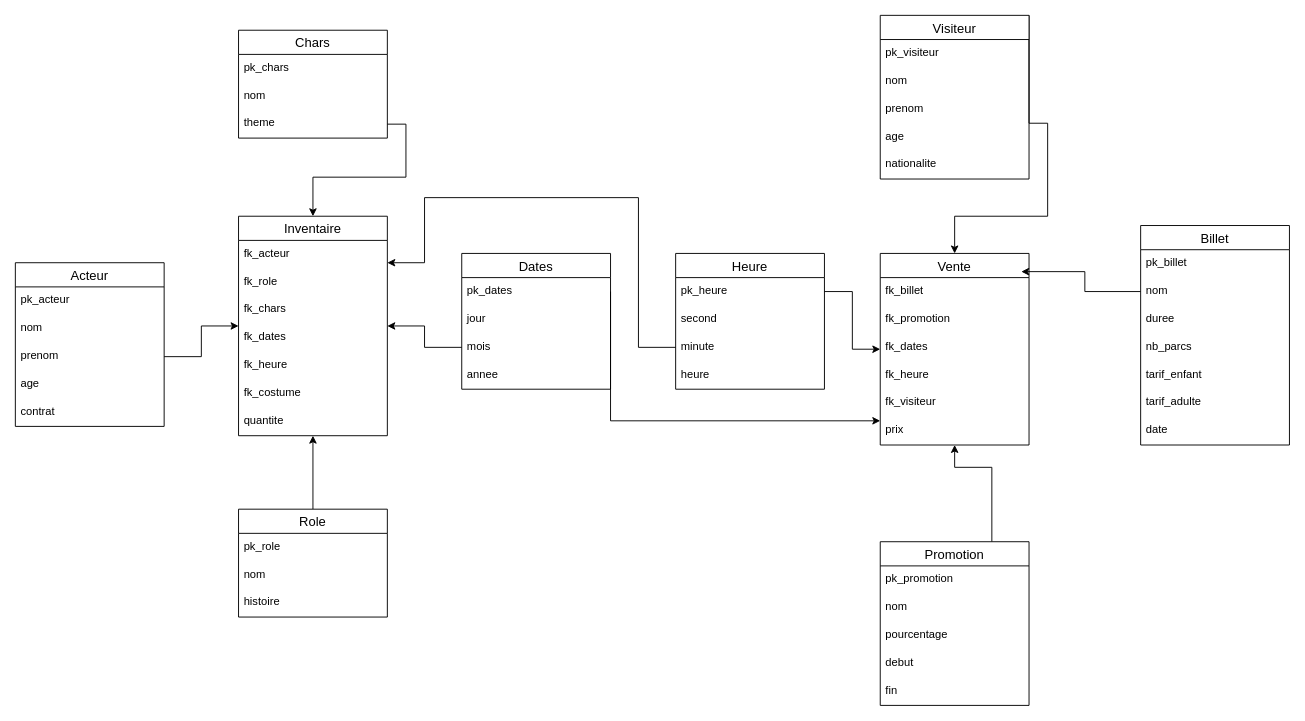
This is Disney.drawio from lamouchiambre/mini-projet-BDD, a draw.io file, before an edit. Source tidied: cells renumbered, new cells numbered last; positions are measured from the earlier drawing's top-left corner, leaving out a move shared by most shapes. Both pictures are drawn from the tidied source at 93%, with x=0, y=0 at pixel (15, 15).
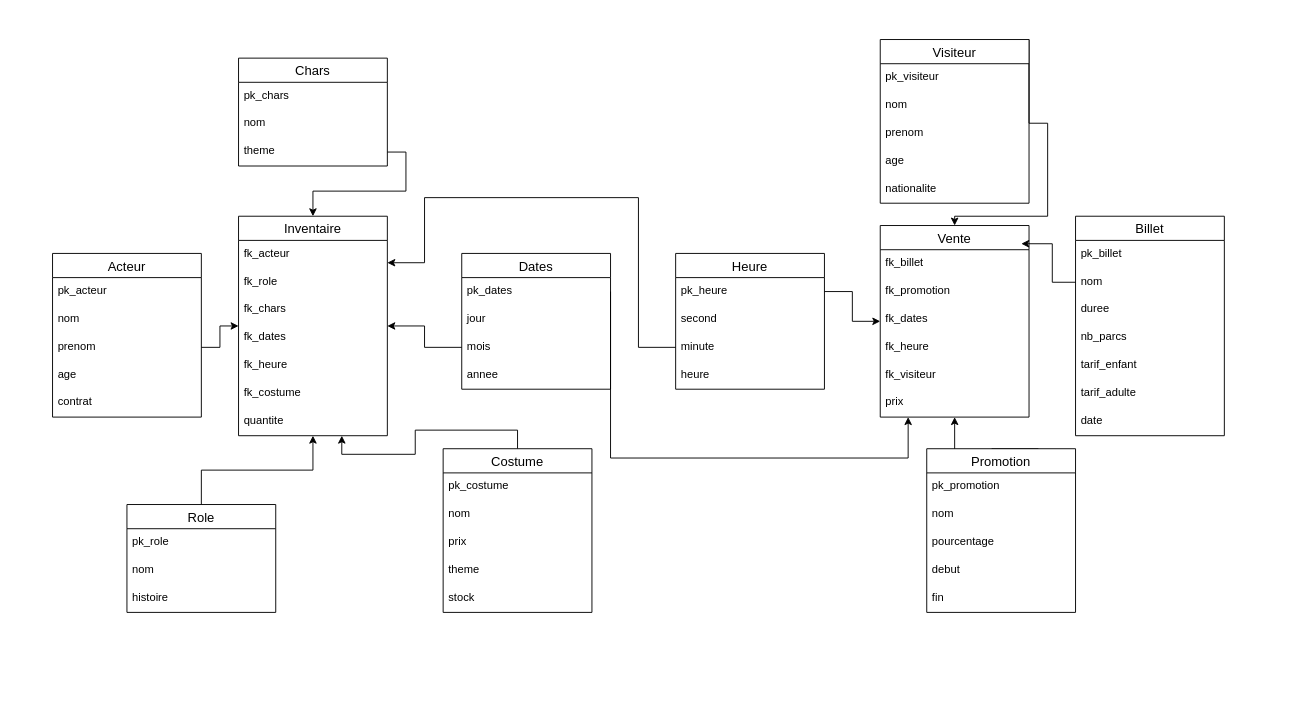
After the change.

The change refers to these unchanged cells:
```xml
<mxCell id="9" value="quantite" style="text;strokeColor=none;fillColor=none;spacingLeft=4;spacingRight=4;overflow=hidden;points=[[0,0.5],[1,0.5]];portConstraint=eastwest;fontSize=12;" parent="2" vertex="1">
  <mxGeometry y="206" width="160" height="30" as="geometry" />
</mxCell>
<mxCell id="46" value="pk_dates" style="text;strokeColor=none;fillColor=none;spacingLeft=4;spacingRight=4;overflow=hidden;points=[[0,0.5],[1,0.5]];portConstraint=eastwest;fontSize=12;" parent="45" vertex="1">
  <mxGeometry y="26" width="160" height="30" as="geometry" />
</mxCell>
```

Change to the diagram source:
```diff
@@
     <mxCell id="10" value="Vente" style="swimlane;fontStyle=0;horizontal=1;startSize=26;align=center;fontSize=14;" parent="1" vertex="1">
-      <mxGeometry x="930" y="256" width="160" height="206" as="geometry" />
+      <mxGeometry x="930" y="226" width="160" height="206" as="geometry" />
     </mxCell>
@@
     <mxCell id="17" value="Acteur" style="swimlane;fontStyle=0;horizontal=1;startSize=26;align=center;fontSize=14;" parent="1" vertex="1">
-      <mxGeometry y="266" width="160" height="176" as="geometry" />
+      <mxGeometry x="40" y="256" width="160" height="176" as="geometry" />
     </mxCell>
@@
     <mxCell id="24" value="Role" style="swimlane;fontStyle=0;horizontal=1;startSize=26;align=center;fontSize=14;" parent="1" vertex="1">
-      <mxGeometry x="240" y="531" width="160" height="116" as="geometry" />
+      <mxGeometry x="120" y="526" width="160" height="116" as="geometry" />
     </mxCell>
@@
     <mxCell id="28" value="Chars" style="swimlane;fontStyle=0;horizontal=1;startSize=26;align=center;fontSize=14;" parent="1" vertex="1">
-      <mxGeometry x="240" y="16" width="160" height="116" as="geometry" />
+      <mxGeometry x="240" y="46" width="160" height="116" as="geometry" />
     </mxCell>
@@
     <mxCell id="32" value="Billet" style="swimlane;fontStyle=0;horizontal=1;startSize=26;align=center;fontSize=14;" parent="1" vertex="1">
-      <mxGeometry x="1210" y="226" width="160" height="236" as="geometry" />
+      <mxGeometry x="1140" y="216" width="160" height="236" as="geometry" />
     </mxCell>
@@
     <mxCell id="51" value="Visiteur" style="swimlane;fontStyle=0;horizontal=1;startSize=26;align=center;fontSize=14;" parent="1" vertex="1">
-      <mxGeometry x="930" width="160" height="176" as="geometry" />
+      <mxGeometry x="930" y="26" width="160" height="176" as="geometry" />
     </mxCell>
@@
     <mxCell id="58" value="Promotion" style="swimlane;fontStyle=0;horizontal=1;startSize=26;align=center;fontSize=14;" parent="1" vertex="1">
-      <mxGeometry x="930" y="566" width="160" height="176" as="geometry" />
+      <mxGeometry x="980" y="466" width="160" height="176" as="geometry" />
     </mxCell>
@@
     <mxCell id="69" style="edgeStyle=orthogonalEdgeStyle;rounded=0;jettySize=auto;html=1;exitX=1;exitY=0.5;exitDx=0;exitDy=0;" parent="1" edge="1" source="46" target="10">
       <mxGeometry relative="1" as="geometry">
         <Array as="points">
-          <mxPoint x="640" y="436" />
+          <mxPoint x="640" y="476" />
+          <mxPoint x="960" y="476" />
         </Array>
       </mxGeometry>
     </mxCell>
@@
+    <mxCell id="71" style="edgeStyle=orthogonalEdgeStyle;rounded=0;jettySize=auto;html=1;exitX=0.5;exitY=0;exitDx=0;exitDy=0;entryX=0.694;entryY=1;entryDx=0;entryDy=0;entryPerimeter=0;" parent="1" edge="1" source="72" target="9">
+      <mxGeometry relative="1" as="geometry" />
+    </mxCell>
+    <mxCell id="72" value="Costume" style="swimlane;fontStyle=0;horizontal=1;startSize=26;align=center;fontSize=14;" parent="1" vertex="1">
+      <mxGeometry x="460" y="466" width="160" height="176" as="geometry" />
+    </mxCell>
+    <mxCell id="73" value="pk_costume" style="text;strokeColor=none;fillColor=none;spacingLeft=4;spacingRight=4;overflow=hidden;fontSize=12;" parent="72" vertex="1">
+      <mxGeometry y="26" width="160" height="30" as="geometry" />
+    </mxCell>
+    <mxCell id="74" value="nom" style="text;strokeColor=none;fillColor=none;spacingLeft=4;spacingRight=4;overflow=hidden;fontSize=12;" parent="72" vertex="1">
+      <mxGeometry y="56" width="160" height="30" as="geometry" />
+    </mxCell>
+    <mxCell id="75" value="prix" style="text;strokeColor=none;fillColor=none;spacingLeft=4;spacingRight=4;overflow=hidden;fontSize=12;" parent="72" vertex="1">
+      <mxGeometry y="86" width="160" height="30" as="geometry" />
+    </mxCell>
+    <mxCell id="76" value="theme" style="text;strokeColor=none;fillColor=none;spacingLeft=4;spacingRight=4;overflow=hidden;fontSize=12;" parent="72" vertex="1">
+      <mxGeometry y="116" width="160" height="30" as="geometry" />
+    </mxCell>
+    <mxCell id="77" value="stock" style="text;strokeColor=none;fillColor=none;spacingLeft=4;spacingRight=4;overflow=hidden;fontSize=12;" parent="72" vertex="1">
+      <mxGeometry y="146" width="160" height="30" as="geometry" />
+    </mxCell>
```
